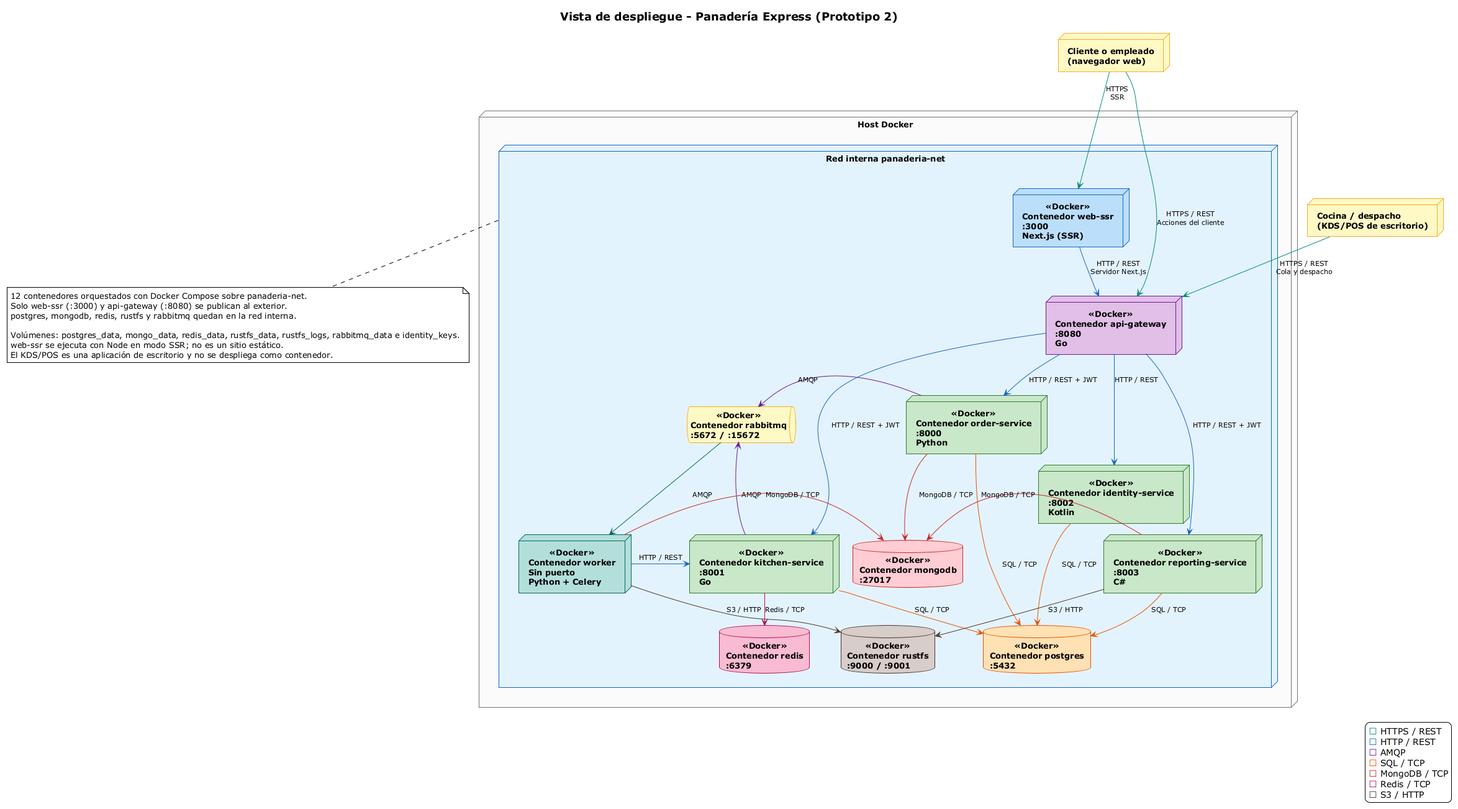
Before: g3-H-PanTech/docs/tiers_despliegue P2.png, a diagram exported from PlantUML (unal-sw-arch/swarch-2026ii).
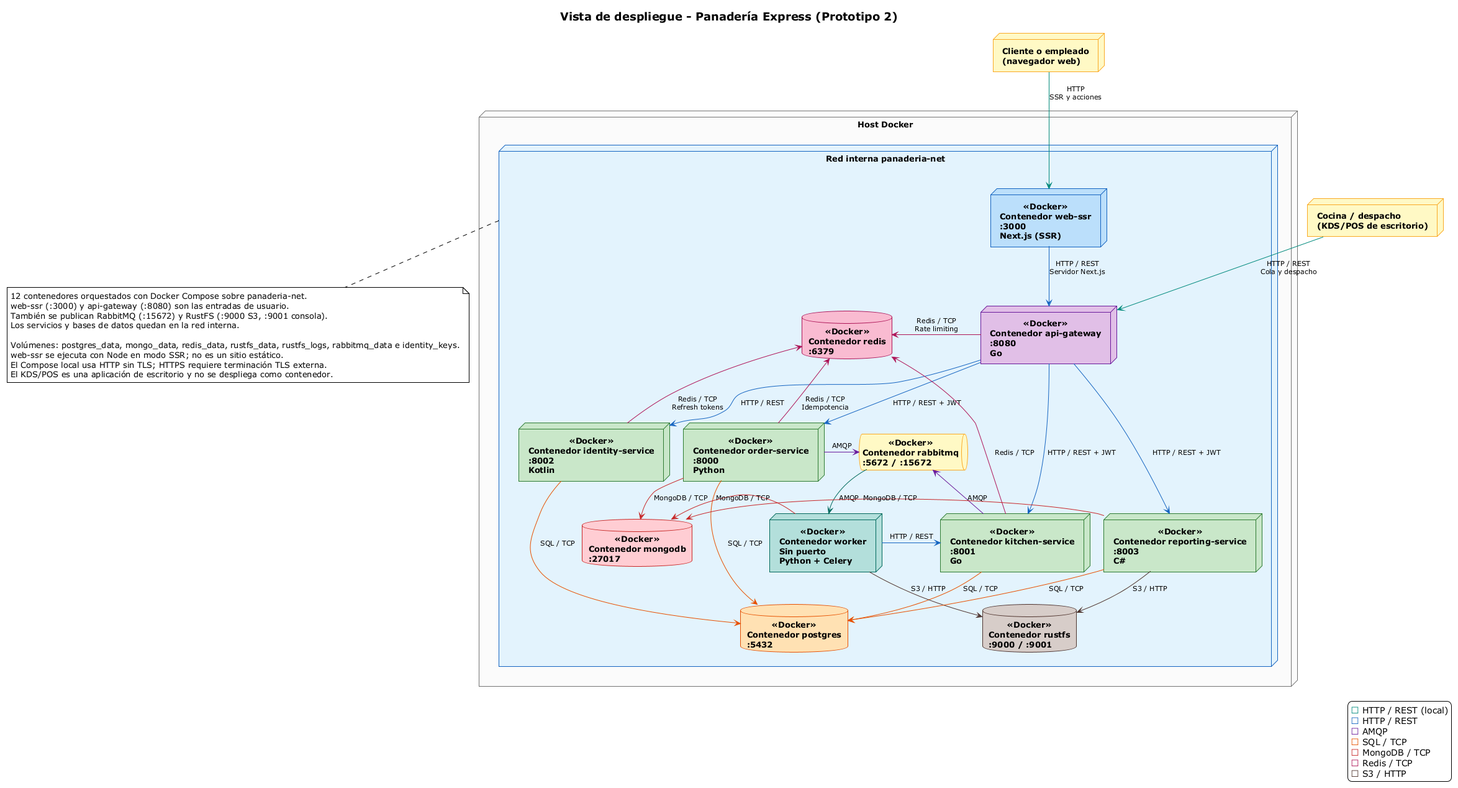
The same file after the commit.

The edit, as a diff of the source:
```diff
@@ -43,9 +43,8 @@
   }
 }
 
-Browser -[#00897B]down-> Web : HTTPS\nSSR
-Browser -[#00897B]down-> GW : HTTPS / REST\nAcciones del cliente
-KDS -[#00897B]down-> GW : HTTPS / REST\nCola y despacho
+Browser -[#00897B]down-> Web : HTTP\nSSR y acciones
+KDS -[#00897B]down-> GW : HTTP / REST\nCola y despacho
 
 Web -[#1565C0]down-> GW : HTTP / REST\nServidor Next.js
 
@@ -54,9 +53,12 @@
 GW -[#1565C0]down-> Kitchen : HTTP / REST + JWT
 GW -[#1565C0]down-> Reporting : HTTP / REST + JWT
 
+GW -[#AD1457]left-> Redis : Redis / TCP\nRate limiting
 Identity -[#E65100]down-> PG : SQL / TCP
+Identity -[#AD1457]left-> Redis : Redis / TCP\nRefresh tokens
 Order -[#E65100]down-> PG : SQL / TCP
 Order -[#C62828]right-> Mongo : MongoDB / TCP
+Order -[#AD1457]left-> Redis : Redis / TCP\nIdempotencia
 Order -[#6A1B9A]right-> MQ : AMQP
 Kitchen -[#E65100]down-> PG : SQL / TCP
 Kitchen -[#AD1457]down-> Redis : Redis / TCP
@@ -71,16 +73,18 @@
 
 note bottom of Net
   12 contenedores orquestados con Docker Compose sobre panaderia-net.
-  Solo web-ssr (:3000) y api-gateway (:8080) se publican al exterior.
-  postgres, mongodb, redis, rustfs y rabbitmq quedan en la red interna.
+  web-ssr (:3000) y api-gateway (:8080) son las entradas de usuario.
+  También se publican RabbitMQ (:15672) y RustFS (:9000 S3, :9001 consola).
+  Los servicios y bases de datos quedan en la red interna.
 
   Volúmenes: postgres_data, mongo_data, redis_data, rustfs_data, rustfs_logs, rabbitmq_data e identity_keys.
   web-ssr se ejecuta con Node en modo SSR; no es un sitio estático.
+  El Compose local usa HTTP sin TLS; HTTPS requiere terminación TLS externa.
   El KDS/POS es una aplicación de escritorio y no se despliega como contenedor.
 end note
 
 legend right
-  <color:#00897B>■</color> HTTPS / REST
+  <color:#00897B>■</color> HTTP / REST (local)
   <color:#1565C0>■</color> HTTP / REST
   <color:#6A1B9A>■</color> AMQP
   <color:#E65100>■</color> SQL / TCP
```
